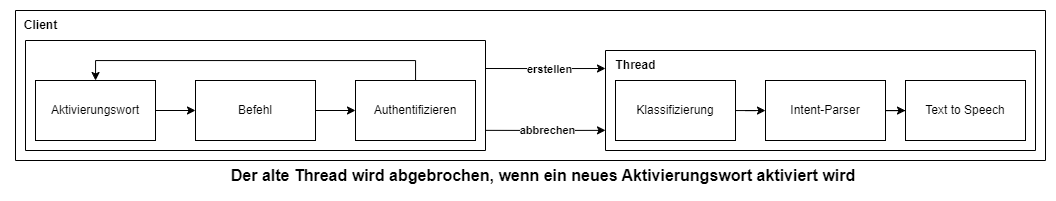
Above: docs/assets/thread.drawio.png in anastasia98s/PS2 (draw.io), before the change. Source tidied: cells renumbered, new cells last; positions are measured from the earlier drawing's top-left corner, leaving out a move shared by most shapes. Its diagram source:
```xml
<mxGraphModel>
  <root>
    <mxCell id="0" />
    <mxCell id="1" parent="0" />
    <mxCell id="2" style="swimlane;startSize=0;" parent="1" vertex="1">
      <mxGeometry x="15" y="30" width="460" height="110" as="geometry" />
    </mxCell>
    <mxCell id="3" style="swimlane;startSize=0;" parent="1" vertex="1">
      <mxGeometry x="595" y="40" width="430" height="100" as="geometry" />
    </mxCell>
    <mxCell id="4" style="edgeStyle=orthogonalEdgeStyle;rounded=0;orthogonalLoop=1;jettySize=auto;html=1;entryX=-0.001;entryY=0.927;entryDx=0;entryDy=0;entryPerimeter=0;" parent="1" edge="1">
      <mxGeometry relative="1" as="geometry">
        <mxPoint x="475" y="58" as="sourcePoint" />
        <mxPoint x="595" y="58" as="targetPoint" />
        <Array as="points">
          <mxPoint x="535" y="58" />
        </Array>
      </mxGeometry>
    </mxCell>
    <mxCell id="5" value="&lt;b&gt;erstellen&lt;/b&gt;" style="edgeLabel;html=1;align=center;verticalAlign=middle;" parent="4" vertex="1">
      <mxGeometry x="0.06" relative="1" as="geometry" />
    </mxCell>
    <mxCell id="6" style="edgeStyle=orthogonalEdgeStyle;rounded=0;orthogonalLoop=1;jettySize=auto;html=1;entryX=-0.001;entryY=0.927;entryDx=0;entryDy=0;entryPerimeter=0;" parent="1" edge="1">
      <mxGeometry relative="1" as="geometry">
        <mxPoint x="475" y="119.9" as="sourcePoint" />
        <mxPoint x="595" y="119.9" as="targetPoint" />
        <Array as="points">
          <mxPoint x="535" y="119.9" />
        </Array>
      </mxGeometry>
    </mxCell>
    <mxCell id="7" value="&lt;b&gt;abbrechen&lt;/b&gt;" style="edgeLabel;html=1;align=center;verticalAlign=middle;" parent="6" vertex="1">
      <mxGeometry x="0.02" y="1" relative="1" as="geometry" />
    </mxCell>
    <mxCell id="8" style="swimlane;startSize=0;" parent="1" vertex="1">
      <mxGeometry x="5" width="1030" height="150" as="geometry" />
    </mxCell>
    <mxCell id="9" value="&lt;b&gt;Client&lt;/b&gt;" style="text;html=1;align=center;verticalAlign=middle;strokeColor=none;fillColor=none;" parent="8" vertex="1">
      <mxGeometry x="-5" width="60" height="30" as="geometry" />
    </mxCell>
    <mxCell id="10" value="&lt;b&gt;Thread&lt;/b&gt;" style="text;html=1;align=center;verticalAlign=middle;strokeColor=none;fillColor=none;" parent="8" vertex="1">
      <mxGeometry x="590" y="40" width="60" height="30" as="geometry" />
    </mxCell>
    <mxCell id="11" value="Klassifizierung" style="rounded=0;whiteSpace=wrap;html=1;" parent="8" vertex="1">
      <mxGeometry x="600" y="70" width="120" height="60" as="geometry" />
    </mxCell>
    <mxCell id="12" value="Intent-Parser" style="rounded=0;whiteSpace=wrap;html=1;" parent="8" vertex="1">
      <mxGeometry x="750" y="70" width="120" height="60" as="geometry" />
    </mxCell>
    <mxCell id="13" style="edgeStyle=orthogonalEdgeStyle;rounded=0;jettySize=auto;html=1;" parent="8" edge="1" source="11" target="12">
      <mxGeometry relative="1" as="geometry" />
    </mxCell>
    <mxCell id="14" value="Text to Speech" style="rounded=0;whiteSpace=wrap;html=1;" parent="8" vertex="1">
      <mxGeometry x="890" y="70" width="120" height="60" as="geometry" />
    </mxCell>
    <mxCell id="15" style="edgeStyle=orthogonalEdgeStyle;rounded=0;jettySize=auto;html=1;" parent="8" edge="1" source="12" target="14">
      <mxGeometry relative="1" as="geometry" />
    </mxCell>
    <mxCell id="16" value="Aktivierungswort" style="rounded=0;whiteSpace=wrap;html=1;" parent="8" vertex="1">
      <mxGeometry x="20" y="70" width="120" height="60" as="geometry" />
    </mxCell>
    <mxCell id="17" style="edgeStyle=orthogonalEdgeStyle;rounded=0;jettySize=auto;html=1;" parent="8" edge="1" source="18" target="16">
      <mxGeometry relative="1" as="geometry">
        <Array as="points">
          <mxPoint x="400" y="50" />
          <mxPoint x="80" y="50" />
        </Array>
      </mxGeometry>
    </mxCell>
    <mxCell id="18" value="Authentifizieren" style="whiteSpace=wrap;html=1;rounded=0;" parent="8" vertex="1">
      <mxGeometry x="340" y="70" width="120" height="60" as="geometry" />
    </mxCell>
    <mxCell id="19" style="edgeStyle=orthogonalEdgeStyle;rounded=0;jettySize=auto;html=1;" parent="8" edge="1" source="20" target="18">
      <mxGeometry relative="1" as="geometry" />
    </mxCell>
    <mxCell id="20" value="Befehl" style="rounded=0;whiteSpace=wrap;html=1;" parent="8" vertex="1">
      <mxGeometry x="180" y="70" width="120" height="60" as="geometry" />
    </mxCell>
    <mxCell id="21" style="edgeStyle=orthogonalEdgeStyle;rounded=0;jettySize=auto;html=1;" parent="8" edge="1" source="16" target="20">
      <mxGeometry relative="1" as="geometry" />
    </mxCell>
    <mxCell id="22" value="&lt;b&gt;&lt;font style=&quot;font-size: 16px;&quot;&gt;Der alte Thread wird abgebrochen, wenn ein neues Aktivierungswort aktiviert wird&lt;/font&gt;&lt;/b&gt;" style="text;html=1;strokeColor=none;fillColor=none;align=center;verticalAlign=middle;whiteSpace=wrap;rounded=0;" parent="1" vertex="1">
      <mxGeometry x="215" y="150" width="636" height="30" as="geometry" />
    </mxCell>
  </root>
</mxGraphModel>
```
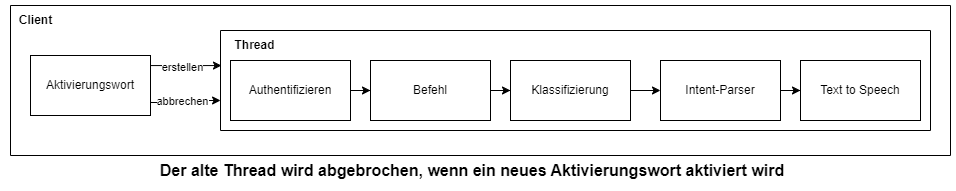
After the commit.

Diff of the diagram source:
```diff
@@ -2,85 +2,79 @@
   <root>
     <mxCell id="0" />
     <mxCell id="1" parent="0" />
-    <mxCell id="2" style="swimlane;startSize=0;" parent="1" vertex="1">
-      <mxGeometry x="15" y="30" width="460" height="110" as="geometry" />
-    </mxCell>
     <mxCell id="3" style="swimlane;startSize=0;" parent="1" vertex="1">
-      <mxGeometry x="595" y="40" width="430" height="100" as="geometry" />
+      <mxGeometry x="215" y="25" width="710" height="100" as="geometry" />
     </mxCell>
-    <mxCell id="4" style="edgeStyle=orthogonalEdgeStyle;rounded=0;orthogonalLoop=1;jettySize=auto;html=1;entryX=-0.001;entryY=0.927;entryDx=0;entryDy=0;entryPerimeter=0;" parent="1" edge="1">
-      <mxGeometry relative="1" as="geometry">
-        <mxPoint x="475" y="58" as="sourcePoint" />
-        <mxPoint x="595" y="58" as="targetPoint" />
-        <Array as="points">
-          <mxPoint x="535" y="58" />
-        </Array>
-      </mxGeometry>
-    </mxCell>
-    <mxCell id="5" value="&lt;b&gt;erstellen&lt;/b&gt;" style="edgeLabel;html=1;align=center;verticalAlign=middle;" parent="4" vertex="1">
-      <mxGeometry x="0.06" relative="1" as="geometry" />
-    </mxCell>
-    <mxCell id="6" style="edgeStyle=orthogonalEdgeStyle;rounded=0;orthogonalLoop=1;jettySize=auto;html=1;entryX=-0.001;entryY=0.927;entryDx=0;entryDy=0;entryPerimeter=0;" parent="1" edge="1">
-      <mxGeometry relative="1" as="geometry">
-        <mxPoint x="475" y="119.9" as="sourcePoint" />
-        <mxPoint x="595" y="119.9" as="targetPoint" />
-        <Array as="points">
-          <mxPoint x="535" y="119.9" />
-        </Array>
-      </mxGeometry>
-    </mxCell>
-    <mxCell id="7" value="&lt;b&gt;abbrechen&lt;/b&gt;" style="edgeLabel;html=1;align=center;verticalAlign=middle;" parent="6" vertex="1">
-      <mxGeometry x="0.02" y="1" relative="1" as="geometry" />
-    </mxCell>
     <mxCell id="8" style="swimlane;startSize=0;" parent="1" vertex="1">
-      <mxGeometry x="5" width="1030" height="150" as="geometry" />
+      <mxGeometry x="5" width="940" height="150" as="geometry" />
     </mxCell>
     <mxCell id="9" value="&lt;b&gt;Client&lt;/b&gt;" style="text;html=1;align=center;verticalAlign=middle;strokeColor=none;fillColor=none;" parent="8" vertex="1">
       <mxGeometry x="-5" width="60" height="30" as="geometry" />
     </mxCell>
     <mxCell id="10" value="&lt;b&gt;Thread&lt;/b&gt;" style="text;html=1;align=center;verticalAlign=middle;strokeColor=none;fillColor=none;" parent="8" vertex="1">
-      <mxGeometry x="590" y="40" width="60" height="30" as="geometry" />
+      <mxGeometry x="214" y="25" width="60" height="30" as="geometry" />
     </mxCell>
     <mxCell id="11" value="Klassifizierung" style="rounded=0;whiteSpace=wrap;html=1;" parent="8" vertex="1">
-      <mxGeometry x="600" y="70" width="120" height="60" as="geometry" />
+      <mxGeometry x="500" y="55" width="120" height="60" as="geometry" />
     </mxCell>
     <mxCell id="12" value="Intent-Parser" style="rounded=0;whiteSpace=wrap;html=1;" parent="8" vertex="1">
-      <mxGeometry x="750" y="70" width="120" height="60" as="geometry" />
+      <mxGeometry x="650" y="55" width="120" height="60" as="geometry" />
     </mxCell>
     <mxCell id="13" style="edgeStyle=orthogonalEdgeStyle;rounded=0;jettySize=auto;html=1;" parent="8" edge="1" source="11" target="12">
       <mxGeometry relative="1" as="geometry" />
     </mxCell>
     <mxCell id="14" value="Text to Speech" style="rounded=0;whiteSpace=wrap;html=1;" parent="8" vertex="1">
-      <mxGeometry x="890" y="70" width="120" height="60" as="geometry" />
+      <mxGeometry x="790" y="55" width="120" height="60" as="geometry" />
     </mxCell>
     <mxCell id="15" style="edgeStyle=orthogonalEdgeStyle;rounded=0;jettySize=auto;html=1;" parent="8" edge="1" source="12" target="14">
       <mxGeometry relative="1" as="geometry" />
     </mxCell>
     <mxCell id="16" value="Aktivierungswort" style="rounded=0;whiteSpace=wrap;html=1;" parent="8" vertex="1">
-      <mxGeometry x="20" y="70" width="120" height="60" as="geometry" />
+      <mxGeometry x="20" y="50" width="120" height="60" as="geometry" />
     </mxCell>
-    <mxCell id="17" style="edgeStyle=orthogonalEdgeStyle;rounded=0;jettySize=auto;html=1;" parent="8" edge="1" source="18" target="16">
-      <mxGeometry relative="1" as="geometry">
-        <Array as="points">
-          <mxPoint x="400" y="50" />
-          <mxPoint x="80" y="50" />
-        </Array>
-      </mxGeometry>
-    </mxCell>
+    <mxCell id="23" style="edgeStyle=orthogonalEdgeStyle;rounded=0;jettySize=auto;html=1;" parent="8" edge="1" source="18" target="20">
+      <mxGeometry relative="1" as="geometry" />
+    </mxCell>
     <mxCell id="18" value="Authentifizieren" style="whiteSpace=wrap;html=1;rounded=0;" parent="8" vertex="1">
-      <mxGeometry x="340" y="70" width="120" height="60" as="geometry" />
+      <mxGeometry x="220" y="55" width="120" height="60" as="geometry" />
     </mxCell>
-    <mxCell id="19" style="edgeStyle=orthogonalEdgeStyle;rounded=0;jettySize=auto;html=1;" parent="8" edge="1" source="20" target="18">
-      <mxGeometry relative="1" as="geometry" />
-    </mxCell>
+    <mxCell id="24" style="edgeStyle=orthogonalEdgeStyle;rounded=0;jettySize=auto;html=1;" parent="8" edge="1" source="20" target="11">
+      <mxGeometry relative="1" as="geometry" />
+    </mxCell>
     <mxCell id="20" value="Befehl" style="rounded=0;whiteSpace=wrap;html=1;" parent="8" vertex="1">
-      <mxGeometry x="180" y="70" width="120" height="60" as="geometry" />
+      <mxGeometry x="360" y="55" width="120" height="60" as="geometry" />
     </mxCell>
-    <mxCell id="21" style="edgeStyle=orthogonalEdgeStyle;rounded=0;jettySize=auto;html=1;" parent="8" edge="1" source="16" target="20">
-      <mxGeometry relative="1" as="geometry" />
-    </mxCell>
+    <mxCell id="25" style="edgeStyle=orthogonalEdgeStyle;rounded=0;jettySize=auto;html=1;exitX=1;exitY=0.75;exitDx=0;exitDy=0;" parent="8" edge="1" source="16">
+      <mxGeometry relative="1" as="geometry">
+        <mxPoint x="210" y="95" as="targetPoint" />
+        <Array as="points">
+          <mxPoint x="140" y="97" />
+          <mxPoint x="170" y="97" />
+          <mxPoint x="170" y="95" />
+          <mxPoint x="210" y="95" />
+        </Array>
+      </mxGeometry>
+    </mxCell>
+    <mxCell id="7" value="abbrechen" style="edgeLabel;html=1;align=center;verticalAlign=middle;" parent="25" vertex="1">
+      <mxGeometry x="0.2" relative="1" as="geometry">
+        <mxPoint x="-9" as="offset" />
+      </mxGeometry>
+    </mxCell>
     <mxCell id="22" value="&lt;b&gt;&lt;font style=&quot;font-size: 16px;&quot;&gt;Der alte Thread wird abgebrochen, wenn ein neues Aktivierungswort aktiviert wird&lt;/font&gt;&lt;/b&gt;" style="text;html=1;strokeColor=none;fillColor=none;align=center;verticalAlign=middle;whiteSpace=wrap;rounded=0;" parent="1" vertex="1">
-      <mxGeometry x="215" y="150" width="636" height="30" as="geometry" />
+      <mxGeometry x="149" y="150" width="636" height="30" as="geometry" />
     </mxCell>
+    <mxCell id="26" style="edgeStyle=orthogonalEdgeStyle;rounded=0;jettySize=auto;html=1;" parent="1" edge="1" source="16">
+      <mxGeometry relative="1" as="geometry">
+        <mxPoint x="216" y="60" as="targetPoint" />
+        <Array as="points">
+          <mxPoint x="216" y="60" />
+        </Array>
+      </mxGeometry>
+    </mxCell>
+    <mxCell id="5" value="erstellen" style="edgeLabel;html=1;align=center;verticalAlign=middle;" parent="26" vertex="1">
+      <mxGeometry x="0.2" relative="1" as="geometry">
+        <mxPoint x="-11" y="1" as="offset" />
+      </mxGeometry>
+    </mxCell>
   </root>
 </mxGraphModel>
```
